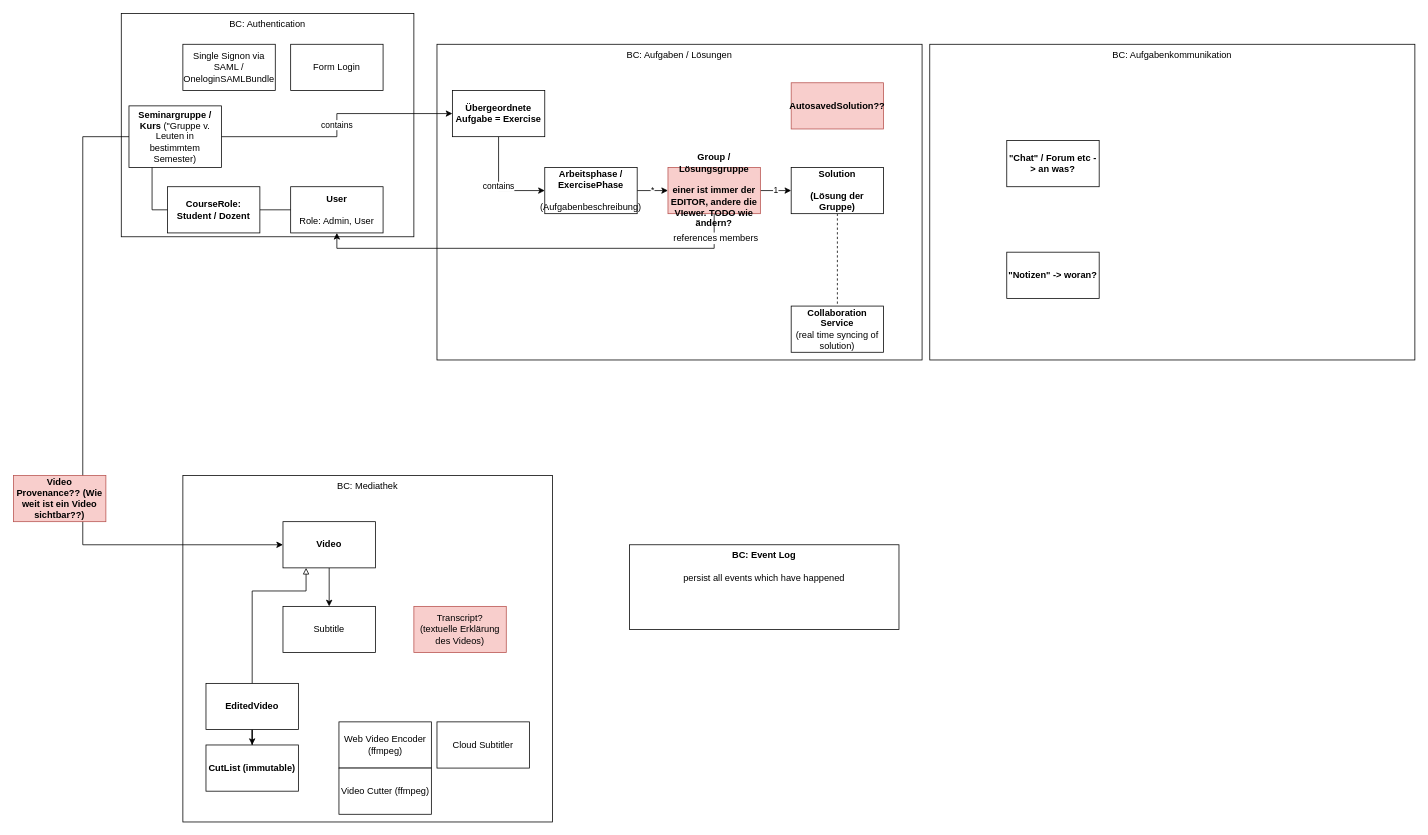
Before: documentation/rfcs/backend_domain_model.drawio in sandstorm/degree50-code, a draw.io diagram. Source tidied: cells renumbered, new cells numbered last; positions are measured from the earlier drawing's top-left corner, leaving out a move shared by most shapes. Both pictures are drawn from the tidied source at 77%, with x=0, y=0 at pixel (13, 13).
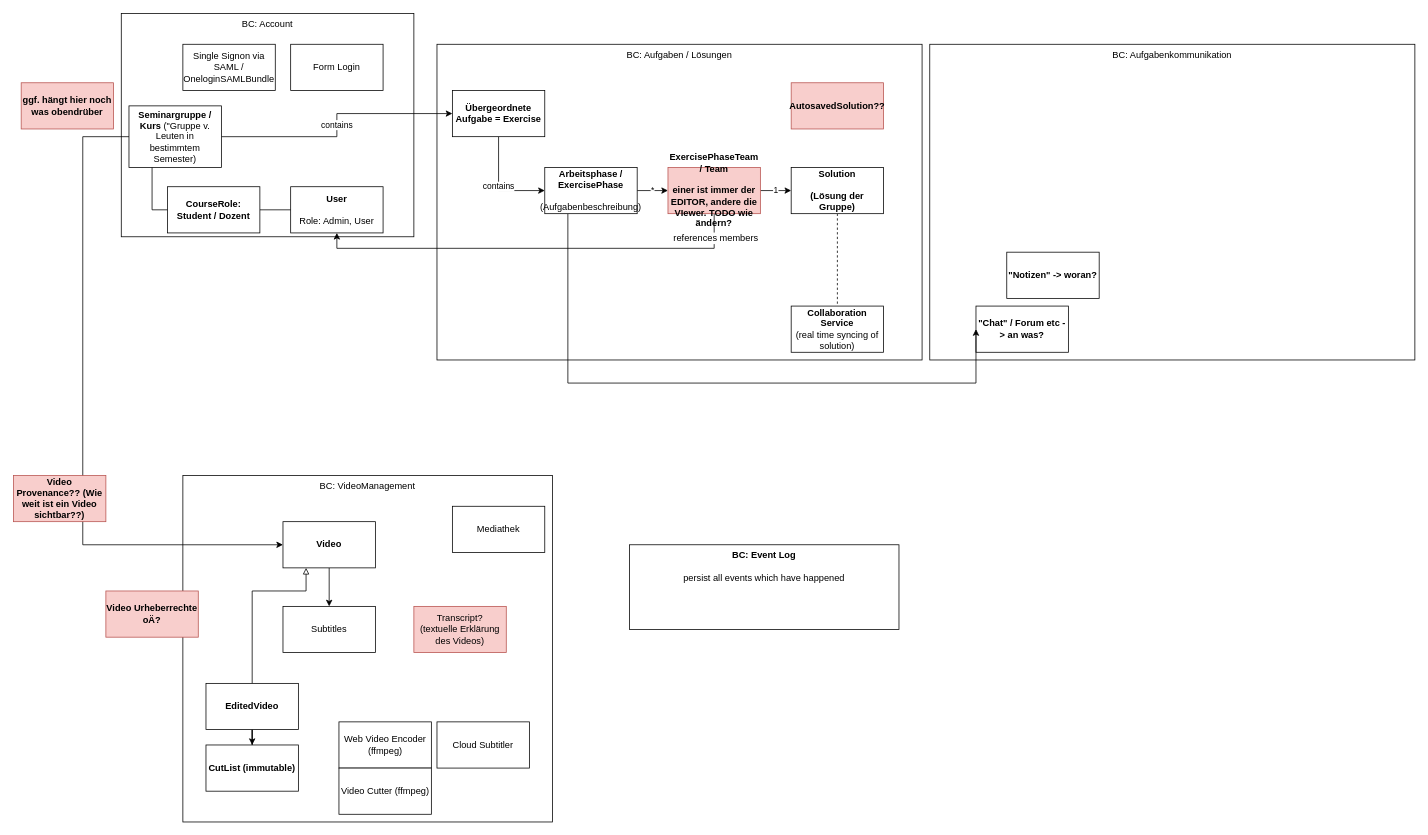
Above is the later version.

The change refers to these unchanged cells:
```xml
<mxCell id="25" value="Arbeitsphase /&lt;br&gt;ExercisePhase&lt;br&gt;&lt;br&gt;&lt;span style=&quot;font-weight: normal&quot;&gt;(Aufgabenbeschreibung)&lt;/span&gt;" style="rounded=0;whiteSpace=wrap;html=1;fontStyle=1;" parent="1" vertex="1">
  <mxGeometry x="690" y="200" width="120" height="60" as="geometry" />
</mxCell>
```

The edit, as a diff of the source:
```diff
@@
-    <mxCell id="4" value="BC: Mediathek" style="rounded=0;whiteSpace=wrap;html=1;verticalAlign=top;" parent="1" vertex="1">
+    <mxCell id="4" value="BC: VideoManagement" style="rounded=0;whiteSpace=wrap;html=1;verticalAlign=top;" parent="1" vertex="1">
       <mxGeometry x="220" y="600" width="480" height="450" as="geometry" />
     </mxCell>
-    <mxCell id="5" value="BC: Authentication" style="rounded=0;whiteSpace=wrap;html=1;verticalAlign=top;" parent="1" vertex="1">
+    <mxCell id="5" value="BC: Account" style="rounded=0;whiteSpace=wrap;html=1;verticalAlign=top;" parent="1" vertex="1">
       <mxGeometry x="140" width="380" height="290" as="geometry" />
     </mxCell>
@@
-    <mxCell id="16" value="Subtitle" style="rounded=0;whiteSpace=wrap;html=1;" parent="1" vertex="1">
+    <mxCell id="16" value="Subtitles" style="rounded=0;whiteSpace=wrap;html=1;" parent="1" vertex="1">
       <mxGeometry x="350" y="770" width="120" height="60" as="geometry" />
     </mxCell>
@@
     <mxCell id="20" value="&quot;Chat&quot; / Forum etc -&amp;gt; an was?" style="rounded=0;whiteSpace=wrap;html=1;fontStyle=1;" parent="1" vertex="1">
-      <mxGeometry x="1290" y="165" width="120" height="60" as="geometry" />
+      <mxGeometry x="1250" y="380" width="120" height="60" as="geometry" />
     </mxCell>
@@
+    <mxCell id="42" style="edgeStyle=orthogonalEdgeStyle;rounded=0;jettySize=auto;html=1;exitX=0.25;exitY=1;exitDx=0;exitDy=0;entryX=0;entryY=0.5;entryDx=0;entryDy=0;" parent="1" edge="1" source="25" target="20">
+      <mxGeometry relative="1" as="geometry">
+        <Array as="points">
+          <mxPoint x="720" y="480" />
+          <mxPoint x="1250" y="480" />
+        </Array>
+      </mxGeometry>
+    </mxCell>
@@
-    <mxCell id="29" value="Group / Lösungsgruppe&lt;br&gt;&lt;br&gt;einer ist immer der EDITOR, andere die VIewer. TODO wie ändern?" style="rounded=0;whiteSpace=wrap;html=1;fontStyle=1;fillColor=#f8cecc;strokeColor=#b85450;" parent="1" vertex="1">
+    <mxCell id="29" value="ExercisePhaseTeam / Team&lt;br&gt;&lt;br&gt;einer ist immer der EDITOR, andere die VIewer. TODO wie ändern?" style="rounded=0;whiteSpace=wrap;html=1;fontStyle=1;fillColor=#f8cecc;strokeColor=#b85450;" parent="1" vertex="1">
       <mxGeometry x="850" y="200" width="120" height="60" as="geometry" />
     </mxCell>
@@
+    <mxCell id="43" value="Mediathek" style="rounded=0;whiteSpace=wrap;html=1;fontStyle=0;" parent="1" vertex="1">
+      <mxGeometry x="570" y="640" width="120" height="60" as="geometry" />
+    </mxCell>
+    <mxCell id="44" value="ggf. hängt hier noch was obendrüber" style="rounded=0;whiteSpace=wrap;html=1;fontStyle=1;fillColor=#f8cecc;strokeColor=#b85450;" parent="1" vertex="1">
+      <mxGeometry x="10" y="90" width="120" height="60" as="geometry" />
+    </mxCell>
+    <mxCell id="45" value="Video Urheberrechte oÄ?" style="rounded=0;whiteSpace=wrap;html=1;fontStyle=1;fillColor=#f8cecc;strokeColor=#b85450;" parent="1" vertex="1">
+      <mxGeometry x="120" y="750" width="120" height="60" as="geometry" />
+    </mxCell>
```
